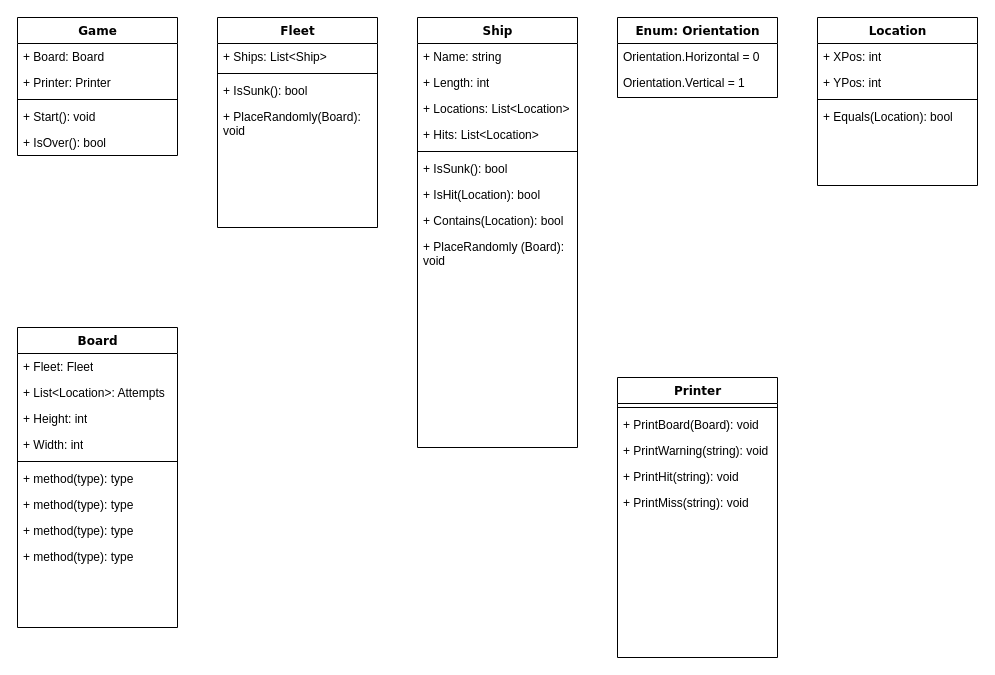
Before: BattleshipCSharp/Class Diagram.drawio in davidabrowning/battleship-csharp, a draw.io diagram. Source tidied: cells renumbered, new cells numbered last; positions are measured from the earlier drawing's top-left corner, leaving out a move shared by most shapes. Both pictures are drawn from the tidied source at 100%, with x=0, y=0 at pixel (17, 17).
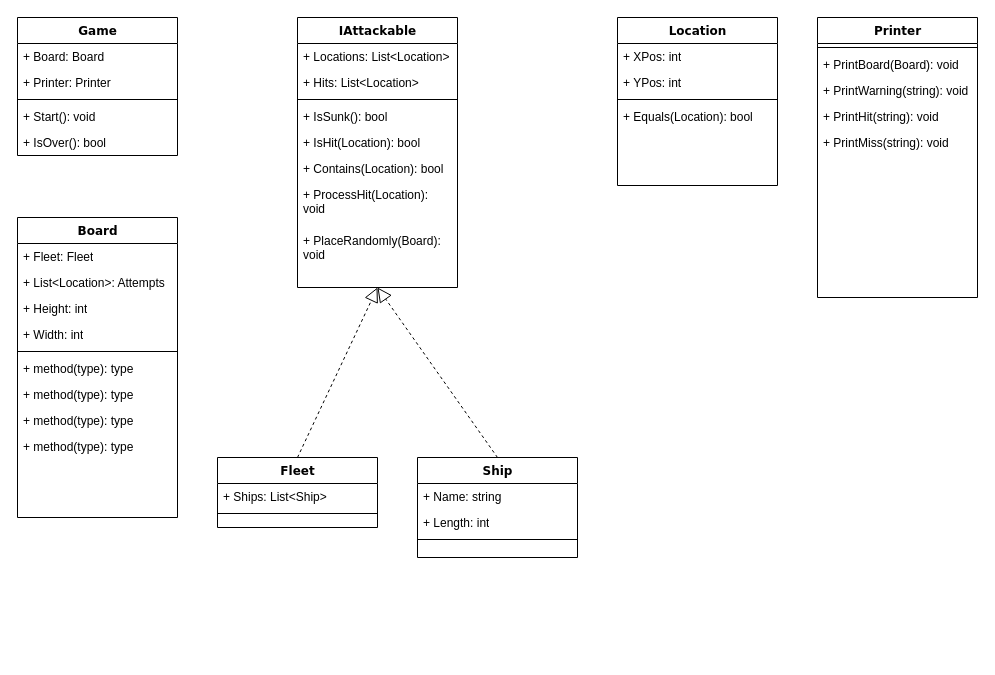
After the change.

What changed in the source:
```diff
@@
     <mxCell id="8" value="Fleet" style="swimlane;html=1;fontStyle=1;align=center;verticalAlign=top;horizontal=1;startSize=26;swimlaneFillColor=#ffffff;rounded=0;shadow=0;comic=0;labelBackgroundColor=none;strokeWidth=1;fillColor=none;fontFamily=Verdana;fontSize=12;" parent="1" vertex="1">
-      <mxGeometry x="200" width="160" height="210" as="geometry" />
+      <mxGeometry x="200" y="440" width="160" height="70" as="geometry" />
     </mxCell>
@@
-    <mxCell id="11" value="+ IsSunk(): bool" style="text;html=1;strokeColor=none;fillColor=none;align=left;verticalAlign=top;spacingLeft=4;spacingRight=4;whiteSpace=wrap;overflow=hidden;" parent="8" vertex="1">
-      <mxGeometry y="60" width="160" height="26" as="geometry" />
-    </mxCell>
-    <mxCell id="12" value="+ PlaceRandomly(Board): void" style="text;html=1;strokeColor=none;fillColor=none;align=left;verticalAlign=top;spacingLeft=4;spacingRight=4;whiteSpace=wrap;overflow=hidden;" parent="8" vertex="1">
-      <mxGeometry y="86" width="160" height="44" as="geometry" />
-    </mxCell>
     <mxCell id="13" value="Ship" style="swimlane;html=1;fontStyle=1;align=center;verticalAlign=top;horizontal=1;startSize=26;swimlaneFillColor=#ffffff;rounded=0;shadow=0;comic=0;labelBackgroundColor=none;strokeWidth=1;fillColor=none;fontFamily=Verdana;fontSize=12;" parent="1" vertex="1">
-      <mxGeometry x="400" width="160" height="430" as="geometry" />
+      <mxGeometry x="400" y="440" width="160" height="100" as="geometry" />
     </mxCell>
@@
-    <mxCell id="16" value="+ Locations: List&amp;lt;Location&amp;gt;&amp;nbsp;" style="text;html=1;strokeColor=none;fillColor=none;align=left;verticalAlign=top;spacingLeft=4;spacingRight=4;whiteSpace=wrap;overflow=hidden;" parent="13" vertex="1">
-      <mxGeometry y="78" width="160" height="26" as="geometry" />
-    </mxCell>
-    <mxCell id="17" value="+ Hits: List&amp;lt;Location&amp;gt;" style="text;html=1;strokeColor=none;fillColor=none;align=left;verticalAlign=top;spacingLeft=4;spacingRight=4;whiteSpace=wrap;overflow=hidden;" parent="13" vertex="1">
-      <mxGeometry y="104" width="160" height="26" as="geometry" />
-    </mxCell>
     <mxCell id="18" style="line;html=1;strokeWidth=1;fillColor=none;align=left;verticalAlign=middle;spacingTop=-1;spacingLeft=3;spacingRight=3;labelPosition=right;" parent="13" vertex="1">
-      <mxGeometry y="130" width="160" height="8" as="geometry" />
+      <mxGeometry y="78" width="160" height="8" as="geometry" />
     </mxCell>
-    <mxCell id="19" value="+ IsSunk(): bool" style="text;html=1;strokeColor=none;fillColor=none;align=left;verticalAlign=top;spacingLeft=4;spacingRight=4;whiteSpace=wrap;overflow=hidden;" parent="13" vertex="1">
-      <mxGeometry y="138" width="160" height="26" as="geometry" />
-    </mxCell>
-    <mxCell id="20" value="+ IsHit(Location): bool" style="text;html=1;strokeColor=none;fillColor=none;align=left;verticalAlign=top;spacingLeft=4;spacingRight=4;whiteSpace=wrap;overflow=hidden;" parent="13" vertex="1">
-      <mxGeometry y="164" width="160" height="26" as="geometry" />
-    </mxCell>
-    <mxCell id="21" value="+ Contains(Location): bool" style="text;html=1;strokeColor=none;fillColor=none;align=left;verticalAlign=top;spacingLeft=4;spacingRight=4;whiteSpace=wrap;overflow=hidden;" parent="13" vertex="1">
-      <mxGeometry y="190" width="160" height="26" as="geometry" />
-    </mxCell>
-    <mxCell id="22" value="+ PlaceRandomly (Board): void" style="text;html=1;strokeColor=none;fillColor=none;align=left;verticalAlign=top;spacingLeft=4;spacingRight=4;whiteSpace=wrap;overflow=hidden;" parent="13" vertex="1">
-      <mxGeometry y="216" width="160" height="54" as="geometry" />
-    </mxCell>
     <mxCell id="23" value="Board" style="swimlane;html=1;fontStyle=1;align=center;verticalAlign=top;horizontal=1;startSize=26;swimlaneFillColor=#ffffff;rounded=0;shadow=0;comic=0;labelBackgroundColor=none;strokeWidth=1;fillColor=none;fontFamily=Verdana;fontSize=12;" parent="1" vertex="1">
-      <mxGeometry y="310" width="160" height="300" as="geometry" />
+      <mxGeometry y="200" width="160" height="300" as="geometry" />
     </mxCell>
@@
-    <mxCell id="33" value="Enum: Orientation" style="swimlane;html=1;fontStyle=1;align=center;verticalAlign=top;horizontal=1;startSize=26;swimlaneFillColor=#ffffff;rounded=0;shadow=0;comic=0;labelBackgroundColor=none;strokeWidth=1;fillColor=none;fontFamily=Verdana;fontSize=12;" parent="1" vertex="1">
-      <mxGeometry x="600" width="160" height="80" as="geometry" />
-    </mxCell>
-    <mxCell id="34" value="Orientation.Horizontal = 0" style="text;html=1;strokeColor=none;fillColor=none;align=left;verticalAlign=top;spacingLeft=4;spacingRight=4;whiteSpace=wrap;overflow=hidden;" parent="33" vertex="1">
-      <mxGeometry y="26" width="160" height="26" as="geometry" />
-    </mxCell>
-    <mxCell id="35" value="Orientation.Vertical = 1" style="text;html=1;strokeColor=none;fillColor=none;align=left;verticalAlign=top;spacingLeft=4;spacingRight=4;whiteSpace=wrap;overflow=hidden;" parent="33" vertex="1">
-      <mxGeometry y="52" width="160" height="26" as="geometry" />
-    </mxCell>
     <mxCell id="36" value="Location" style="swimlane;html=1;fontStyle=1;align=center;verticalAlign=top;horizontal=1;startSize=26;swimlaneFillColor=#ffffff;rounded=0;shadow=0;comic=0;labelBackgroundColor=none;strokeWidth=1;fillColor=none;fontFamily=Verdana;fontSize=12;" parent="1" vertex="1">
-      <mxGeometry x="800" width="160" height="168" as="geometry" />
+      <mxGeometry x="600" width="160" height="168" as="geometry" />
     </mxCell>
@@
     <mxCell id="41" value="Printer" style="swimlane;html=1;fontStyle=1;align=center;verticalAlign=top;horizontal=1;startSize=26;swimlaneFillColor=#ffffff;rounded=0;shadow=0;comic=0;labelBackgroundColor=none;strokeWidth=1;fillColor=none;fontFamily=Verdana;fontSize=12;" parent="1" vertex="1">
-      <mxGeometry x="600" y="360" width="160" height="280" as="geometry" />
+      <mxGeometry x="800" width="160" height="280" as="geometry" />
     </mxCell>
@@
+    <mxCell id="47" value="IAttackable" style="swimlane;html=1;fontStyle=1;align=center;verticalAlign=top;horizontal=1;startSize=26;swimlaneFillColor=#ffffff;rounded=0;shadow=0;comic=0;labelBackgroundColor=none;strokeWidth=1;fillColor=none;fontFamily=Verdana;fontSize=12;" parent="1" vertex="1">
+      <mxGeometry x="280" width="160" height="270" as="geometry" />
+    </mxCell>
+    <mxCell id="16" value="+ Locations: List&amp;lt;Location&amp;gt;" style="text;html=1;strokeColor=none;fillColor=none;align=left;verticalAlign=top;spacingLeft=4;spacingRight=4;whiteSpace=wrap;overflow=hidden;" parent="47" vertex="1">
+      <mxGeometry y="26" width="160" height="26" as="geometry" />
+    </mxCell>
+    <mxCell id="17" value="+ Hits: List&amp;lt;Location&amp;gt;" style="text;html=1;strokeColor=none;fillColor=none;align=left;verticalAlign=top;spacingLeft=4;spacingRight=4;whiteSpace=wrap;overflow=hidden;" parent="47" vertex="1">
+      <mxGeometry y="52" width="160" height="26" as="geometry" />
+    </mxCell>
+    <mxCell id="48" style="line;html=1;strokeWidth=1;fillColor=none;align=left;verticalAlign=middle;spacingTop=-1;spacingLeft=3;spacingRight=3;labelPosition=right;" parent="47" vertex="1">
+      <mxGeometry y="78" width="160" height="8" as="geometry" />
+    </mxCell>
+    <mxCell id="49" value="+ IsSunk(): bool" style="text;html=1;strokeColor=none;fillColor=none;align=left;verticalAlign=top;spacingLeft=4;spacingRight=4;whiteSpace=wrap;overflow=hidden;" parent="47" vertex="1">
+      <mxGeometry y="86" width="160" height="26" as="geometry" />
+    </mxCell>
+    <mxCell id="20" value="+ IsHit(Location): bool" style="text;html=1;strokeColor=none;fillColor=none;align=left;verticalAlign=top;spacingLeft=4;spacingRight=4;whiteSpace=wrap;overflow=hidden;" parent="47" vertex="1">
+      <mxGeometry y="112" width="160" height="26" as="geometry" />
+    </mxCell>
+    <mxCell id="21" value="+ Contains(Location): bool" style="text;html=1;strokeColor=none;fillColor=none;align=left;verticalAlign=top;spacingLeft=4;spacingRight=4;whiteSpace=wrap;overflow=hidden;" parent="47" vertex="1">
+      <mxGeometry y="138" width="160" height="26" as="geometry" />
+    </mxCell>
+    <mxCell id="50" value="+ ProcessHit(Location): void" style="text;html=1;strokeColor=none;fillColor=none;align=left;verticalAlign=top;spacingLeft=4;spacingRight=4;whiteSpace=wrap;overflow=hidden;" parent="47" vertex="1">
+      <mxGeometry y="164" width="160" height="46" as="geometry" />
+    </mxCell>
+    <mxCell id="12" value="+ PlaceRandomly(Board): void" style="text;html=1;strokeColor=none;fillColor=none;align=left;verticalAlign=top;spacingLeft=4;spacingRight=4;whiteSpace=wrap;overflow=hidden;" parent="47" vertex="1">
+      <mxGeometry y="210" width="160" height="40" as="geometry" />
+    </mxCell>
+    <mxCell id="51" style="endArrow=block;dashed=1;endFill=0;endSize=12;html=1;rounded=0;exitX=0.5;exitY=0;exitDx=0;exitDy=0;entryX=0.5;entryY=1;entryDx=0;entryDy=0;" parent="1" edge="1" source="8" target="47">
+      <mxGeometry relative="1" as="geometry" />
+    </mxCell>
+    <mxCell id="52" style="endArrow=block;dashed=1;endFill=0;endSize=12;html=1;rounded=0;exitX=0.5;exitY=0;exitDx=0;exitDy=0;entryX=0.5;entryY=1;entryDx=0;entryDy=0;" parent="1" edge="1" source="13" target="47">
+      <mxGeometry relative="1" as="geometry" />
+    </mxCell>
```
